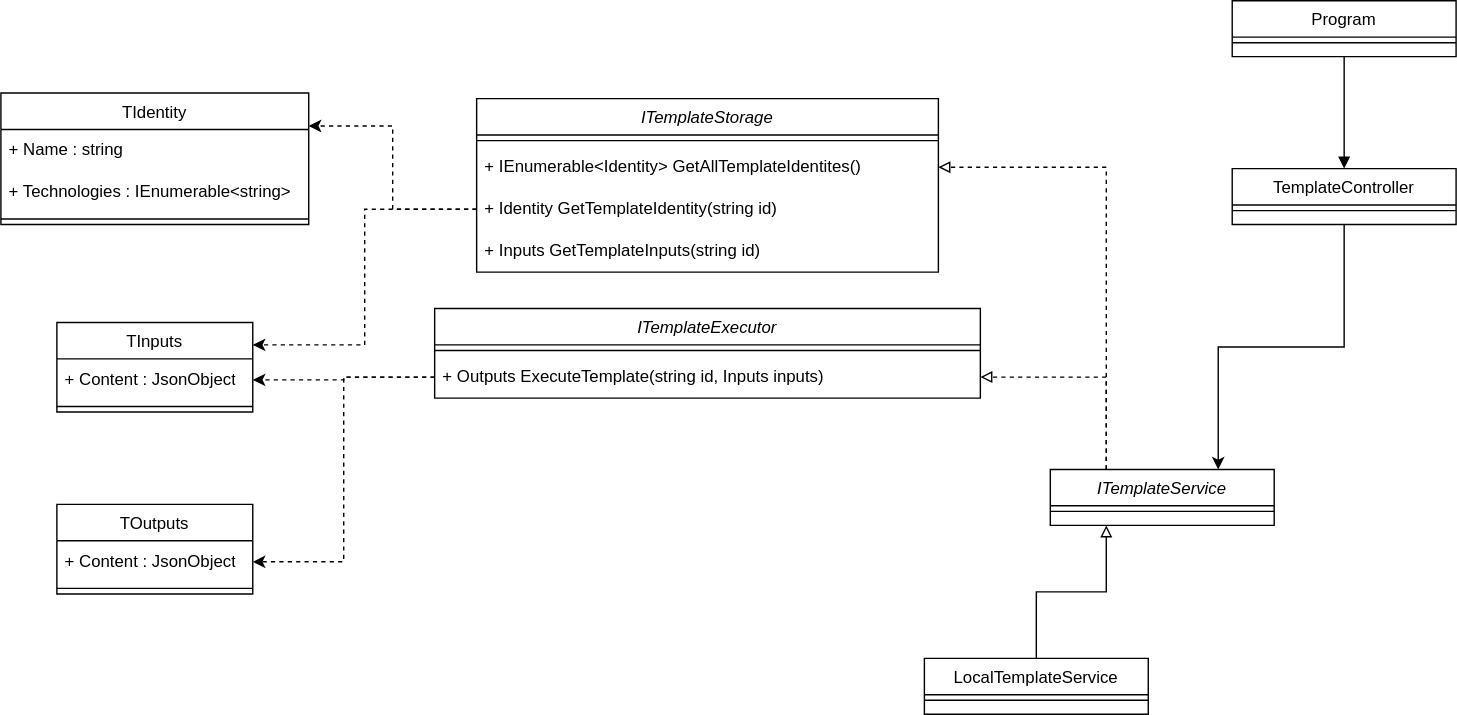
Earlier version of the draw.io export docs/figures/nebulift-back-classes.svg (Mentoring-Bordeaux/nebulift). Source tidied: cells renumbered, new cells last; positions are measured from the earlier drawing's top-left corner, leaving out a move shared by most shapes.
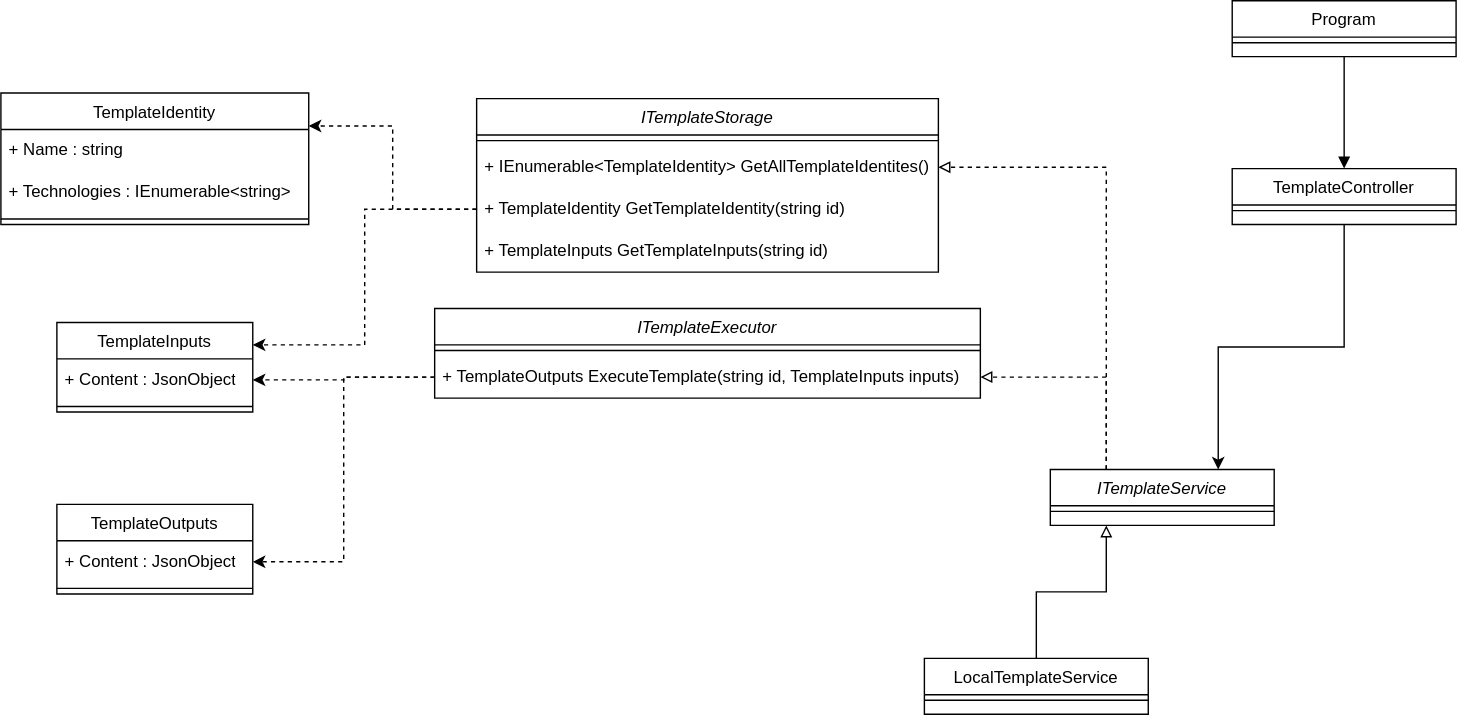
Above is the later version.

Commit message:
docs: reverting data classes names

Diff of the diagram source:
```diff
@@ -26,13 +26,13 @@
     <mxCell id="9" style="line;html=1;strokeWidth=1;align=left;verticalAlign=middle;spacingTop=-1;spacingLeft=3;spacingRight=3;labelPosition=right;" parent="8" vertex="1">
       <mxGeometry y="26" width="330" height="8" as="geometry" />
     </mxCell>
-    <mxCell id="10" value="+ IEnumerable&amp;lt;Identity&amp;gt; GetAllTemplateIdentites()" style="text;strokeColor=none;fillColor=none;align=left;verticalAlign=middle;spacingLeft=4;spacingRight=4;overflow=hidden;points=[[0,0.5],[1,0.5]];portConstraint=eastwest;whiteSpace=wrap;html=1;" parent="8" vertex="1">
+    <mxCell id="10" value="+ IEnumerable&amp;lt;TemplateIdentity&amp;gt; GetAllTemplateIdentites()" style="text;strokeColor=none;fillColor=none;align=left;verticalAlign=middle;spacingLeft=4;spacingRight=4;overflow=hidden;points=[[0,0.5],[1,0.5]];portConstraint=eastwest;whiteSpace=wrap;html=1;" parent="8" vertex="1">
       <mxGeometry y="34" width="330" height="30" as="geometry" />
     </mxCell>
-    <mxCell id="11" value="+ Identity GetTemplateIdentity(string id)" style="text;strokeColor=none;fillColor=none;align=left;verticalAlign=middle;spacingLeft=4;spacingRight=4;overflow=hidden;points=[[0,0.5],[1,0.5]];portConstraint=eastwest;whiteSpace=wrap;html=1;" parent="8" vertex="1">
+    <mxCell id="11" value="+ TemplateIdentity GetTemplateIdentity(string id)" style="text;strokeColor=none;fillColor=none;align=left;verticalAlign=middle;spacingLeft=4;spacingRight=4;overflow=hidden;points=[[0,0.5],[1,0.5]];portConstraint=eastwest;whiteSpace=wrap;html=1;" parent="8" vertex="1">
       <mxGeometry y="64" width="330" height="30" as="geometry" />
     </mxCell>
-    <mxCell id="12" value="+ Inputs GetTemplateInputs(string id)" style="text;strokeColor=none;fillColor=none;align=left;verticalAlign=middle;spacingLeft=4;spacingRight=4;overflow=hidden;whiteSpace=wrap;html=1;" parent="8" vertex="1">
+    <mxCell id="12" value="+ TemplateInputs GetTemplateInputs(string id)" style="text;strokeColor=none;fillColor=none;align=left;verticalAlign=middle;spacingLeft=4;spacingRight=4;overflow=hidden;whiteSpace=wrap;html=1;" parent="8" vertex="1">
       <mxGeometry y="94" width="330" height="30" as="geometry" />
     </mxCell>
     <mxCell id="13" value="ITemplateExecutor" style="swimlane;fontStyle=2;align=center;verticalAlign=top;horizontal=1;startSize=26;rounded=0;shadow=0;strokeWidth=1;" parent="1" vertex="1">
@@ -41,10 +41,10 @@
     <mxCell id="14" style="line;html=1;strokeWidth=1;align=left;verticalAlign=middle;spacingTop=-1;spacingLeft=3;spacingRight=3;labelPosition=right;" parent="13" vertex="1">
       <mxGeometry y="26" width="390" height="8" as="geometry" />
     </mxCell>
-    <mxCell id="15" value="+ Outputs ExecuteTemplate(string id, Inputs inputs)" style="text;strokeColor=none;fillColor=none;align=left;verticalAlign=middle;spacingLeft=4;spacingRight=4;overflow=hidden;points=[[0,0.5],[1,0.5]];portConstraint=eastwest;whiteSpace=wrap;html=1;" parent="13" vertex="1">
+    <mxCell id="15" value="+ TemplateOutputs ExecuteTemplate(string id, TemplateInputs inputs)" style="text;strokeColor=none;fillColor=none;align=left;verticalAlign=middle;spacingLeft=4;spacingRight=4;overflow=hidden;points=[[0,0.5],[1,0.5]];portConstraint=eastwest;whiteSpace=wrap;html=1;" parent="13" vertex="1">
       <mxGeometry y="34" width="390" height="30" as="geometry" />
     </mxCell>
-    <mxCell id="16" value="TIdentity" style="swimlane;fontStyle=0;align=center;verticalAlign=top;horizontal=1;startSize=26;rounded=0;shadow=0;strokeWidth=1;" parent="1" vertex="1">
+    <mxCell id="16" value="TemplateIdentity" style="swimlane;fontStyle=0;align=center;verticalAlign=top;horizontal=1;startSize=26;rounded=0;shadow=0;strokeWidth=1;" parent="1" vertex="1">
       <mxGeometry y="66" width="220" height="94" as="geometry" />
     </mxCell>
     <mxCell id="17" value="+ Name : string" style="text;strokeColor=none;fillColor=none;align=left;verticalAlign=middle;spacingLeft=4;spacingRight=4;overflow=hidden;whiteSpace=wrap;html=1;" parent="16" vertex="1">
@@ -56,7 +56,7 @@
     <mxCell id="19" style="line;html=1;strokeWidth=1;align=left;verticalAlign=middle;spacingTop=-1;spacingLeft=3;spacingRight=3;labelPosition=right;" parent="16" vertex="1">
       <mxGeometry y="86" width="220" height="8" as="geometry" />
     </mxCell>
-    <mxCell id="20" value="TInputs" style="swimlane;fontStyle=0;align=center;verticalAlign=top;horizontal=1;startSize=26;rounded=0;shadow=0;strokeWidth=1;" parent="1" vertex="1">
+    <mxCell id="20" value="TemplateInputs" style="swimlane;fontStyle=0;align=center;verticalAlign=top;horizontal=1;startSize=26;rounded=0;shadow=0;strokeWidth=1;" parent="1" vertex="1">
       <mxGeometry x="40" y="230" width="140" height="64" as="geometry" />
     </mxCell>
     <mxCell id="21" value="+ Content : JsonObject" style="text;strokeColor=none;fillColor=none;align=left;verticalAlign=middle;spacingLeft=4;spacingRight=4;overflow=hidden;points=[[0,0.5],[1,0.5]];portConstraint=eastwest;whiteSpace=wrap;html=1;" parent="20" vertex="1">
@@ -65,7 +65,7 @@
     <mxCell id="22" style="line;html=1;strokeWidth=1;align=left;verticalAlign=middle;spacingTop=-1;spacingLeft=3;spacingRight=3;labelPosition=right;" parent="20" vertex="1">
       <mxGeometry y="56" width="140" height="8" as="geometry" />
     </mxCell>
-    <mxCell id="23" value="TOutputs" style="swimlane;fontStyle=0;align=center;verticalAlign=top;horizontal=1;startSize=26;rounded=0;shadow=0;strokeWidth=1;" parent="1" vertex="1">
+    <mxCell id="23" value="TemplateOutputs" style="swimlane;fontStyle=0;align=center;verticalAlign=top;horizontal=1;startSize=26;rounded=0;shadow=0;strokeWidth=1;" parent="1" vertex="1">
       <mxGeometry x="40" y="360" width="140" height="64" as="geometry" />
     </mxCell>
     <mxCell id="24" value="+ Content : JsonObject" style="text;strokeColor=none;fillColor=none;align=left;verticalAlign=middle;spacingLeft=4;spacingRight=4;overflow=hidden;points=[[0,0.5],[1,0.5]];portConstraint=eastwest;whiteSpace=wrap;html=1;" parent="23" vertex="1">
```
